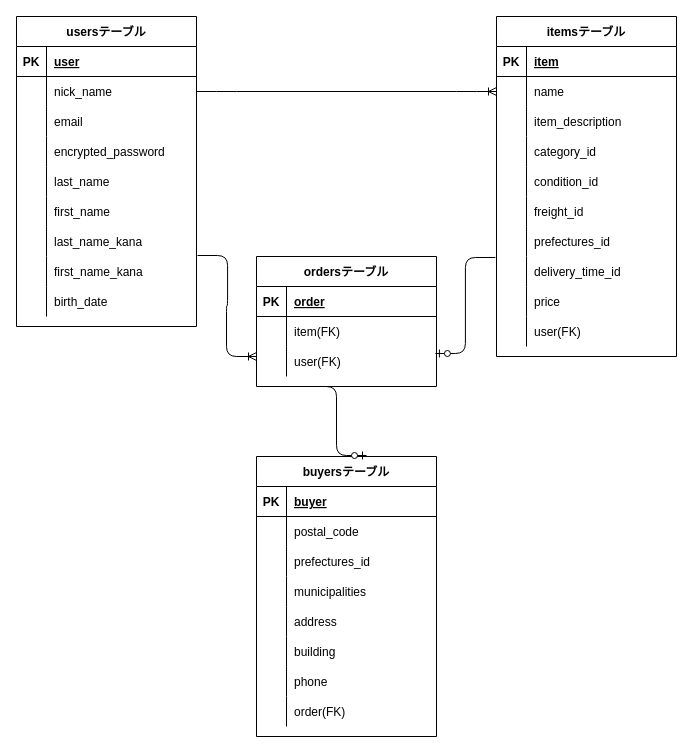
Before: furima.dio in Tsumire1208/furima-38798, a draw.io diagram. Source tidied: cells renumbered, new cells numbered last; positions are measured from the earlier drawing's top-left corner, leaving out a move shared by most shapes. Both pictures are drawn from the tidied source at 100%, with x=0, y=0 at pixel (16, 16).
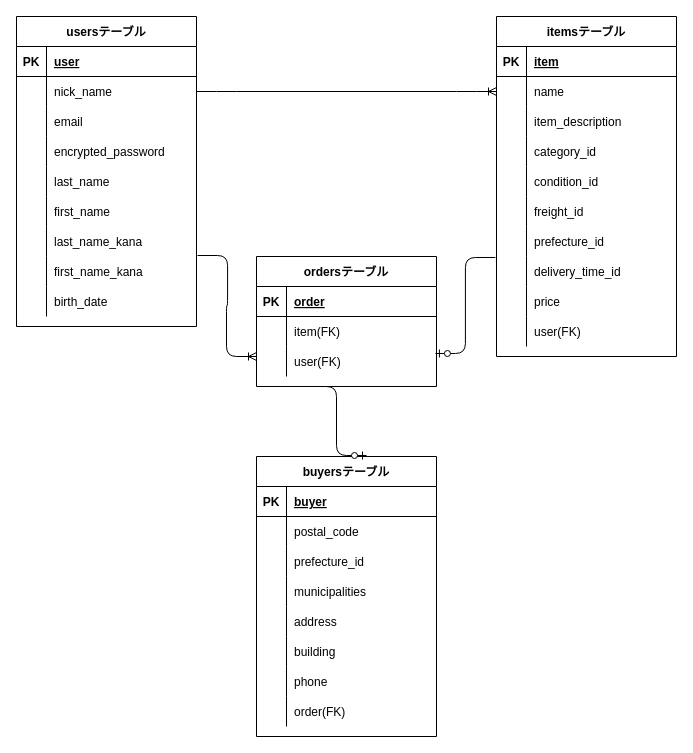
The same diagram, later.

Commit message (it also covers changes not shown here):
データベース設計・ER図　再々修正

Unchanged cells that the change refers to:
```xml
<mxCell id="49" style="shape=partialRectangle;fillColor=none;top=0;left=0;bottom=0;right=0;points=[[0,0.5],[1,0.5]];portConstraint=eastwest;" parent="30" vertex="1">
  <mxGeometry y="210" width="180" height="30" as="geometry" />
</mxCell>
<mxCell id="68" style="shape=partialRectangle;fillColor=none;top=0;left=0;bottom=0;right=0;" parent="61" vertex="1">
  <mxGeometry y="90" width="180" height="30" as="geometry" />
</mxCell>
```

Change to the diagram source:
```diff
@@
-    <mxCell id="51" value="prefectures_id" style="shape=partialRectangle;fillColor=none;top=0;left=0;bottom=0;right=0;align=left;spacingLeft=6;overflow=hidden;" parent="49" vertex="1">
+    <mxCell id="51" value="prefecture_id" style="shape=partialRectangle;fillColor=none;top=0;left=0;bottom=0;right=0;align=left;spacingLeft=6;overflow=hidden;" parent="49" vertex="1">
       <mxGeometry x="30" width="150" height="30" as="geometry" />
     </mxCell>
@@
-    <mxCell id="70" value="prefectures_id" style="shape=partialRectangle;fillColor=none;top=0;left=0;bottom=0;right=0;align=left;spacingLeft=6;overflow=hidden;" parent="68" vertex="1">
+    <mxCell id="70" value="prefecture_id" style="shape=partialRectangle;fillColor=none;top=0;left=0;bottom=0;right=0;align=left;spacingLeft=6;overflow=hidden;" parent="68" vertex="1">
       <mxGeometry x="30" width="150" height="30" as="geometry" />
     </mxCell>
```
